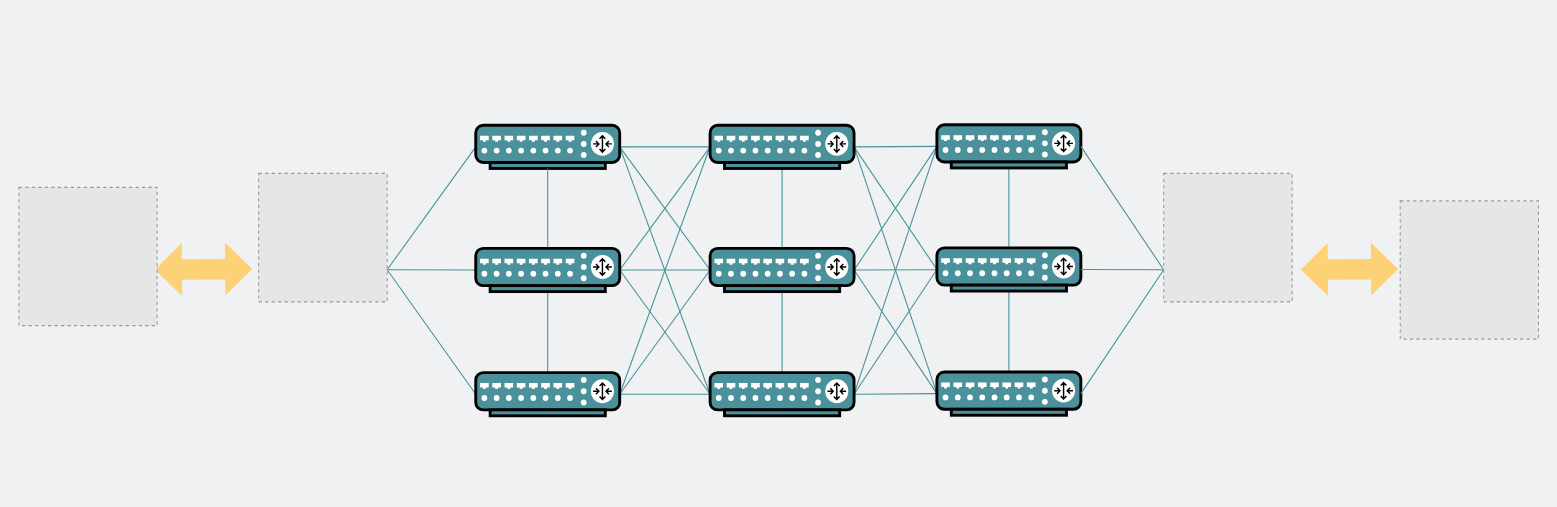
Earlier version of the draw.io diagram network/没有ECMP时只能选择某一条路径.drawio (xiaobaiTech/image). Source tidied: cells renumbered, new cells numbered last; positions are measured from the earlier drawing's top-left corner, leaving out a move shared by most shapes. Both pictures are drawn from the tidied source at 108%, with x=0, y=0 at pixel (18, 124). Pictures stored in the file or linked from it are replaced by grey dashed boxes.
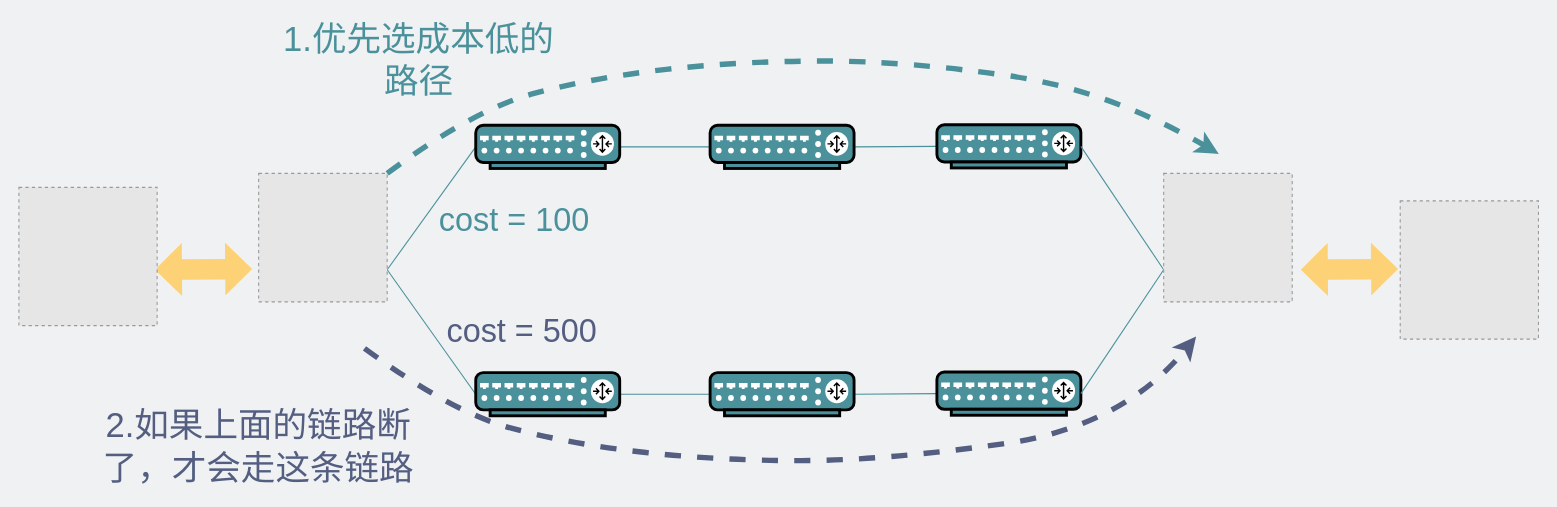
After the change.

Commit message:
更新没有ECMP时只能选择某一条路径.drawio

Unchanged cells that the change refers to:
```xml
<mxCell id="7" style="fillColor=#E6E6E6;strokeColor=#999999;dashed=1;verticalLabelPosition=bottom;verticalAlign=top;" parent="1" vertex="1">
  <mxGeometry x="222" y="45" width="119" height="119" as="geometry" />
</mxCell>
<mxCell id="11" style="fontColor=#0066CC;verticalAlign=top;verticalLabelPosition=bottom;labelPosition=center;align=center;html=1;outlineConnect=0;gradientColor=none;gradientDirection=north;strokeWidth=2;shape=mxgraph.networks.router;fillColor=#4A919B;fontSize=30;" parent="1" vertex="1">
  <mxGeometry x="423" y="0.5" width="133.3" height="40" as="geometry" />
</mxCell>
<mxCell id="21" style="fontColor=#0066CC;verticalAlign=top;verticalLabelPosition=bottom;labelPosition=center;align=center;html=1;outlineConnect=0;gradientColor=none;gradientDirection=north;strokeWidth=2;shape=mxgraph.networks.router;fillColor=#4A919B;fontSize=30;" parent="1" vertex="1">
  <mxGeometry x="423" y="229.5" width="133.3" height="40" as="geometry" />
</mxCell>
<mxCell id="26" style="fontColor=#0066CC;verticalAlign=top;verticalLabelPosition=bottom;labelPosition=center;align=center;html=1;outlineConnect=0;gradientColor=none;gradientDirection=north;strokeWidth=2;shape=mxgraph.networks.router;fillColor=#4A919B;fontSize=30;" parent="1" vertex="1">
  <mxGeometry x="640" y="0.5" width="133.3" height="40" as="geometry" />
</mxCell>
<mxCell id="35" style="fontColor=#0066CC;verticalAlign=top;verticalLabelPosition=bottom;labelPosition=center;align=center;html=1;outlineConnect=0;gradientColor=none;gradientDirection=north;strokeWidth=2;shape=mxgraph.networks.router;fillColor=#4A919B;fontSize=30;" parent="1" vertex="1">
  <mxGeometry x="640" y="229.5" width="133.3" height="40" as="geometry" />
</mxCell>
<mxCell id="37" style="fontColor=#0066CC;verticalAlign=top;verticalLabelPosition=bottom;labelPosition=center;align=center;html=1;outlineConnect=0;gradientColor=none;gradientDirection=north;strokeWidth=2;shape=mxgraph.networks.router;fillColor=#4A919B;fontSize=30;" parent="1" vertex="1">
  <mxGeometry x="850" width="133.3" height="40" as="geometry" />
</mxCell>
<mxCell id="40" style="fontColor=#0066CC;verticalAlign=top;verticalLabelPosition=bottom;labelPosition=center;align=center;html=1;outlineConnect=0;gradientColor=none;gradientDirection=north;strokeWidth=2;shape=mxgraph.networks.router;fillColor=#4A919B;fontSize=30;" parent="1" vertex="1">
  <mxGeometry x="850" y="229" width="133.3" height="40" as="geometry" />
</mxCell>
<mxCell id="44" style="fillColor=#E6E6E6;strokeColor=#999999;dashed=1;verticalLabelPosition=bottom;verticalAlign=top;" parent="1" vertex="1">
  <mxGeometry x="1060" y="45" width="119" height="119" as="geometry" />
</mxCell>
```

The edit, as a diff of the source:
```diff
@@
-    <mxCell id="4" style="edgeStyle=none;rounded=0;jettySize=auto;html=1;exitX=1;exitY=0.75;exitDx=0;exitDy=0;entryX=0;entryY=0.5;entryDx=0;entryDy=0;entryPerimeter=0;endArrow=none;endFill=0;elbow=vertical;strokeColor=#4A919B;" parent="1" edge="1" source="7" target="17">
-      <mxGeometry relative="1" as="geometry" />
-    </mxCell>
@@
-    <mxCell id="9" style="edgeStyle=none;rounded=0;jettySize=auto;html=1;exitX=1;exitY=0.5;exitDx=0;exitDy=0;exitPerimeter=0;entryX=0;entryY=0.5;entryDx=0;entryDy=0;entryPerimeter=0;elbow=vertical;endArrow=none;endFill=0;strokeColor=#4A919B;" parent="1" edge="1" source="11" target="31">
-      <mxGeometry relative="1" as="geometry" />
-    </mxCell>
-    <mxCell id="10" style="edgeStyle=none;rounded=0;jettySize=auto;html=1;exitX=1;exitY=0.5;exitDx=0;exitDy=0;exitPerimeter=0;entryX=0;entryY=0.5;entryDx=0;entryDy=0;entryPerimeter=0;endArrow=none;endFill=0;elbow=vertical;strokeColor=#4A919B;" parent="1" edge="1" source="11" target="35">
-      <mxGeometry relative="1" as="geometry" />
-    </mxCell>
@@
-    <mxCell id="12" style="edgeStyle=orthogonalEdgeStyle;rounded=0;jettySize=auto;html=1;exitX=1;exitY=0.5;exitDx=0;exitDy=0;exitPerimeter=0;endArrow=none;endFill=0;strokeColor=#4A919B;" parent="1" edge="1" source="17" target="31">
-      <mxGeometry relative="1" as="geometry" />
-    </mxCell>
-    <mxCell id="13" style="rounded=0;jettySize=auto;html=1;exitX=1;exitY=0.5;exitDx=0;exitDy=0;exitPerimeter=0;elbow=vertical;entryX=0;entryY=0.5;entryDx=0;entryDy=0;entryPerimeter=0;endArrow=none;endFill=0;strokeColor=#4A919B;" parent="1" edge="1" source="17" target="35">
-      <mxGeometry relative="1" as="geometry" />
-    </mxCell>
-    <mxCell id="14" style="edgeStyle=none;rounded=0;jettySize=auto;html=1;exitX=1;exitY=0.5;exitDx=0;exitDy=0;exitPerimeter=0;entryX=0;entryY=0.5;entryDx=0;entryDy=0;entryPerimeter=0;endArrow=none;endFill=0;elbow=vertical;strokeColor=#4A919B;" parent="1" edge="1" source="17" target="26">
-      <mxGeometry relative="1" as="geometry" />
-    </mxCell>
-    <mxCell id="15" style="edgeStyle=none;rounded=0;jettySize=auto;html=1;exitX=0.5;exitY=1;exitDx=0;exitDy=0;exitPerimeter=0;endArrow=none;endFill=0;elbow=vertical;strokeColor=#4A919B;" parent="1" edge="1" source="17" target="21">
-      <mxGeometry relative="1" as="geometry" />
-    </mxCell>
-    <mxCell id="16" style="edgeStyle=none;rounded=0;jettySize=auto;html=1;exitX=0.5;exitY=0;exitDx=0;exitDy=0;exitPerimeter=0;entryX=0.5;entryY=1;entryDx=0;entryDy=0;entryPerimeter=0;endArrow=none;endFill=0;elbow=vertical;strokeColor=#4A919B;" parent="1" edge="1" source="17" target="11">
-      <mxGeometry relative="1" as="geometry" />
-    </mxCell>
-    <mxCell id="17" style="fontColor=#0066CC;verticalAlign=top;verticalLabelPosition=bottom;labelPosition=center;align=center;html=1;outlineConnect=0;gradientColor=none;gradientDirection=north;strokeWidth=2;shape=mxgraph.networks.router;fillColor=#4A919B;fontSize=30;" parent="1" vertex="1">
-      <mxGeometry x="423" y="114.5" width="133.3" height="40" as="geometry" />
-    </mxCell>
@@
-    <mxCell id="19" style="edgeStyle=none;rounded=0;jettySize=auto;html=1;exitX=1;exitY=0.5;exitDx=0;exitDy=0;exitPerimeter=0;entryX=0;entryY=0.5;entryDx=0;entryDy=0;entryPerimeter=0;endArrow=none;endFill=0;elbow=vertical;strokeColor=#4A919B;" parent="1" edge="1" source="21" target="31">
-      <mxGeometry relative="1" as="geometry" />
-    </mxCell>
-    <mxCell id="20" style="edgeStyle=none;rounded=0;jettySize=auto;html=1;exitX=1;exitY=0.5;exitDx=0;exitDy=0;exitPerimeter=0;endArrow=none;endFill=0;elbow=vertical;strokeColor=#4A919B;" parent="1" edge="1" source="21">
-      <mxGeometry relative="1" as="geometry">
-        <mxPoint x="640.7" y="18.3" as="targetPoint" />
-      </mxGeometry>
-    </mxCell>
@@
-    <mxCell id="23" style="edgeStyle=none;rounded=0;jettySize=auto;html=1;exitX=1;exitY=0.5;exitDx=0;exitDy=0;exitPerimeter=0;entryX=0;entryY=0.5;entryDx=0;entryDy=0;entryPerimeter=0;endArrow=none;endFill=0;elbow=vertical;strokeColor=#4A919B;" parent="1" edge="1" source="26" target="39">
-      <mxGeometry relative="1" as="geometry" />
-    </mxCell>
-    <mxCell id="24" style="edgeStyle=none;rounded=0;jettySize=auto;html=1;exitX=1;exitY=0.5;exitDx=0;exitDy=0;exitPerimeter=0;entryX=0;entryY=0.5;entryDx=0;entryDy=0;entryPerimeter=0;endArrow=none;endFill=0;elbow=vertical;strokeColor=#4A919B;" parent="1" edge="1" source="26" target="40">
-      <mxGeometry relative="1" as="geometry" />
-    </mxCell>
-    <mxCell id="25" style="edgeStyle=none;rounded=0;jettySize=auto;html=1;exitX=0.5;exitY=1;exitDx=0;exitDy=0;exitPerimeter=0;endArrow=none;endFill=0;elbow=vertical;strokeColor=#4A919B;" parent="1" edge="1" source="26" target="31">
-      <mxGeometry relative="1" as="geometry" />
-    </mxCell>
@@
-    <mxCell id="27" style="edgeStyle=none;rounded=0;jettySize=auto;html=1;exitX=1;exitY=0.5;exitDx=0;exitDy=0;exitPerimeter=0;entryX=0;entryY=0.5;entryDx=0;entryDy=0;entryPerimeter=0;endArrow=none;endFill=0;elbow=vertical;strokeColor=#4A919B;" parent="1" edge="1" source="31" target="37">
-      <mxGeometry relative="1" as="geometry" />
-    </mxCell>
-    <mxCell id="28" style="edgeStyle=none;rounded=0;jettySize=auto;html=1;exitX=1;exitY=0.5;exitDx=0;exitDy=0;exitPerimeter=0;endArrow=none;endFill=0;elbow=vertical;strokeColor=#4A919B;" parent="1" edge="1" source="31" target="39">
-      <mxGeometry relative="1" as="geometry" />
-    </mxCell>
-    <mxCell id="29" style="edgeStyle=none;rounded=0;jettySize=auto;html=1;exitX=1;exitY=0.5;exitDx=0;exitDy=0;exitPerimeter=0;entryX=0;entryY=0.5;entryDx=0;entryDy=0;entryPerimeter=0;endArrow=none;endFill=0;elbow=vertical;strokeColor=#4A919B;" parent="1" edge="1" source="31" target="40">
-      <mxGeometry relative="1" as="geometry" />
-    </mxCell>
-    <mxCell id="30" style="edgeStyle=none;rounded=0;jettySize=auto;html=1;exitX=0.5;exitY=1;exitDx=0;exitDy=0;exitPerimeter=0;endArrow=none;endFill=0;elbow=vertical;strokeColor=#4A919B;" parent="1" edge="1" source="31" target="35">
-      <mxGeometry relative="1" as="geometry" />
-    </mxCell>
-    <mxCell id="31" style="fontColor=#0066CC;verticalAlign=top;verticalLabelPosition=bottom;labelPosition=center;align=center;html=1;outlineConnect=0;gradientColor=none;gradientDirection=north;strokeWidth=2;shape=mxgraph.networks.router;fillColor=#4A919B;fontSize=30;" parent="1" vertex="1">
-      <mxGeometry x="640" y="114.5" width="133.3" height="40" as="geometry" />
-    </mxCell>
@@
-    <mxCell id="33" style="edgeStyle=none;rounded=0;jettySize=auto;html=1;exitX=1;exitY=0.5;exitDx=0;exitDy=0;exitPerimeter=0;entryX=0;entryY=0.5;entryDx=0;entryDy=0;entryPerimeter=0;endArrow=none;endFill=0;elbow=vertical;strokeColor=#4A919B;" parent="1" edge="1" source="35" target="39">
-      <mxGeometry relative="1" as="geometry" />
-    </mxCell>
-    <mxCell id="34" style="edgeStyle=none;rounded=0;jettySize=auto;html=1;exitX=1;exitY=0.5;exitDx=0;exitDy=0;exitPerimeter=0;entryX=0;entryY=0.5;entryDx=0;entryDy=0;entryPerimeter=0;endArrow=none;endFill=0;elbow=vertical;strokeColor=#4A919B;" parent="1" edge="1" source="35" target="37">
-      <mxGeometry relative="1" as="geometry" />
-    </mxCell>
@@
-    <mxCell id="36" style="edgeStyle=none;rounded=0;jettySize=auto;html=1;exitX=0.5;exitY=1;exitDx=0;exitDy=0;exitPerimeter=0;endArrow=none;endFill=0;elbow=vertical;strokeColor=#4A919B;" parent="1" edge="1" source="37" target="39">
-      <mxGeometry relative="1" as="geometry" />
-    </mxCell>
@@
-    <mxCell id="38" style="edgeStyle=none;rounded=0;jettySize=auto;html=1;exitX=0.5;exitY=1;exitDx=0;exitDy=0;exitPerimeter=0;endArrow=none;endFill=0;elbow=vertical;strokeColor=#4A919B;" parent="1" edge="1" source="39" target="40">
-      <mxGeometry relative="1" as="geometry" />
-    </mxCell>
-    <mxCell id="39" style="fontColor=#0066CC;verticalAlign=top;verticalLabelPosition=bottom;labelPosition=center;align=center;html=1;outlineConnect=0;gradientColor=none;gradientDirection=north;strokeWidth=2;shape=mxgraph.networks.router;fillColor=#4A919B;fontSize=30;" parent="1" vertex="1">
-      <mxGeometry x="850" y="114" width="133.3" height="40" as="geometry" />
-    </mxCell>
@@
-    <mxCell id="42" style="edgeStyle=none;rounded=0;jettySize=auto;html=1;exitX=0;exitY=0.75;exitDx=0;exitDy=0;entryX=1;entryY=0.5;entryDx=0;entryDy=0;entryPerimeter=0;endArrow=none;endFill=0;elbow=vertical;strokeColor=#4A919B;" parent="1" edge="1" source="44" target="39">
-      <mxGeometry relative="1" as="geometry" />
-    </mxCell>
@@
+    <mxCell id="47" value="&lt;font color=&quot;#4a919b&quot; style=&quot;font-size: 30px;&quot;&gt;cost = 100&lt;/font&gt;" style="text;html=1;strokeColor=none;fillColor=none;align=center;verticalAlign=middle;whiteSpace=wrap;rounded=0;" parent="1" vertex="1">
+      <mxGeometry x="387" y="68" width="144" height="39" as="geometry" />
+    </mxCell>
+    <mxCell id="48" value="&lt;font color=&quot;#535e80&quot; style=&quot;font-size: 30px;&quot;&gt;cost = 500&lt;/font&gt;" style="text;html=1;strokeColor=none;fillColor=none;align=center;verticalAlign=middle;whiteSpace=wrap;rounded=0;" parent="1" vertex="1">
+      <mxGeometry x="387" y="171" width="158" height="39" as="geometry" />
+    </mxCell>
+    <mxCell id="49" style="curved=1;endArrow=classic;html=1;rounded=0;fontSize=20;fontColor=#535E80;dashed=1;strokeWidth=5;exitX=1;exitY=0;exitDx=0;exitDy=0;strokeColor=#4A919B;" parent="1" edge="1" source="7">
+      <mxGeometry relative="1" as="geometry">
+        <mxPoint x="1111" y="27" as="targetPoint" />
+        <Array as="points">
+          <mxPoint x="421" y="-14" />
+          <mxPoint x="533" y="-44" />
+          <mxPoint x="670" y="-59" />
+          <mxPoint x="821" y="-59" />
+          <mxPoint x="1010" y="-32" />
+        </Array>
+      </mxGeometry>
+    </mxCell>
+    <mxCell id="50" style="curved=1;endArrow=classic;html=1;rounded=0;fontSize=20;fontColor=#535E80;dashed=1;strokeWidth=5;exitX=1;exitY=0;exitDx=0;exitDy=0;strokeColor=#535E80;" parent="1" edge="1">
+      <mxGeometry relative="1" as="geometry">
+        <mxPoint x="320" y="207" as="sourcePoint" />
+        <mxPoint x="1090" y="196" as="targetPoint" />
+        <Array as="points">
+          <mxPoint x="400" y="266" />
+          <mxPoint x="512" y="296" />
+          <mxPoint x="649" y="311" />
+          <mxPoint x="800" y="311" />
+          <mxPoint x="1022" y="280" />
+        </Array>
+      </mxGeometry>
+    </mxCell>
+    <mxCell id="51" value="&lt;font style=&quot;font-size: 32px;&quot; color=&quot;#4a919b&quot;&gt;1.优先选成本低的路径&lt;/font&gt;" style="text;html=1;strokeColor=none;fillColor=none;align=center;verticalAlign=middle;whiteSpace=wrap;rounded=0;fontSize=20;fontColor=#535E80;" parent="1" vertex="1">
+      <mxGeometry x="243" y="-87" width="255" height="54" as="geometry" />
+    </mxCell>
+    <mxCell id="52" value="&lt;font style=&quot;font-size: 32px;&quot;&gt;2.如果上面的链路断了，才会走这条链路&lt;/font&gt;" style="text;html=1;strokeColor=none;fillColor=none;align=center;verticalAlign=middle;whiteSpace=wrap;rounded=0;fontSize=20;fontColor=#535E80;" parent="1" vertex="1">
+      <mxGeometry x="57" y="279" width="330" height="38" as="geometry" />
+    </mxCell>
```
